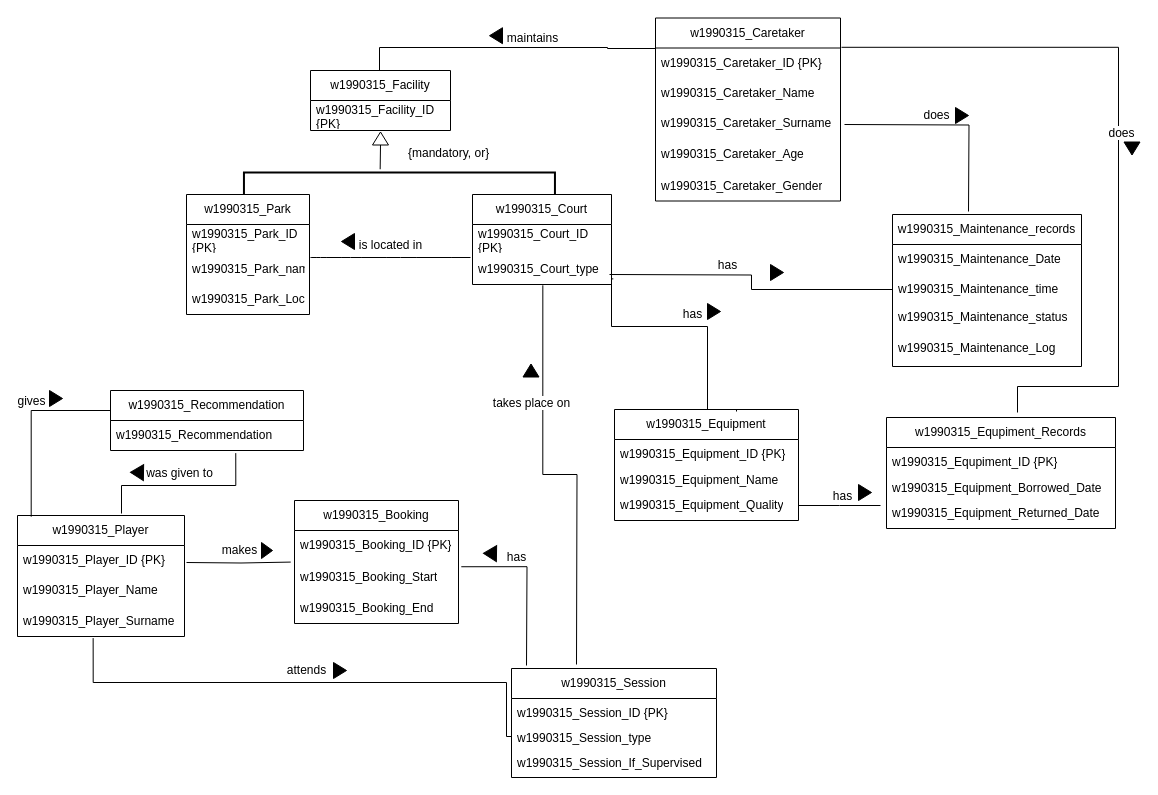
Above: DB_cwk.drawio in frajdzia/DB_cwk (draw.io), before the change. Source tidied: cells renumbered, new cells numbered last; positions are measured from the earlier drawing's top-left corner, leaving out a move shared by most shapes. Both pictures are drawn from the tidied source at 100%, with x=0, y=0 at pixel (17, 18).
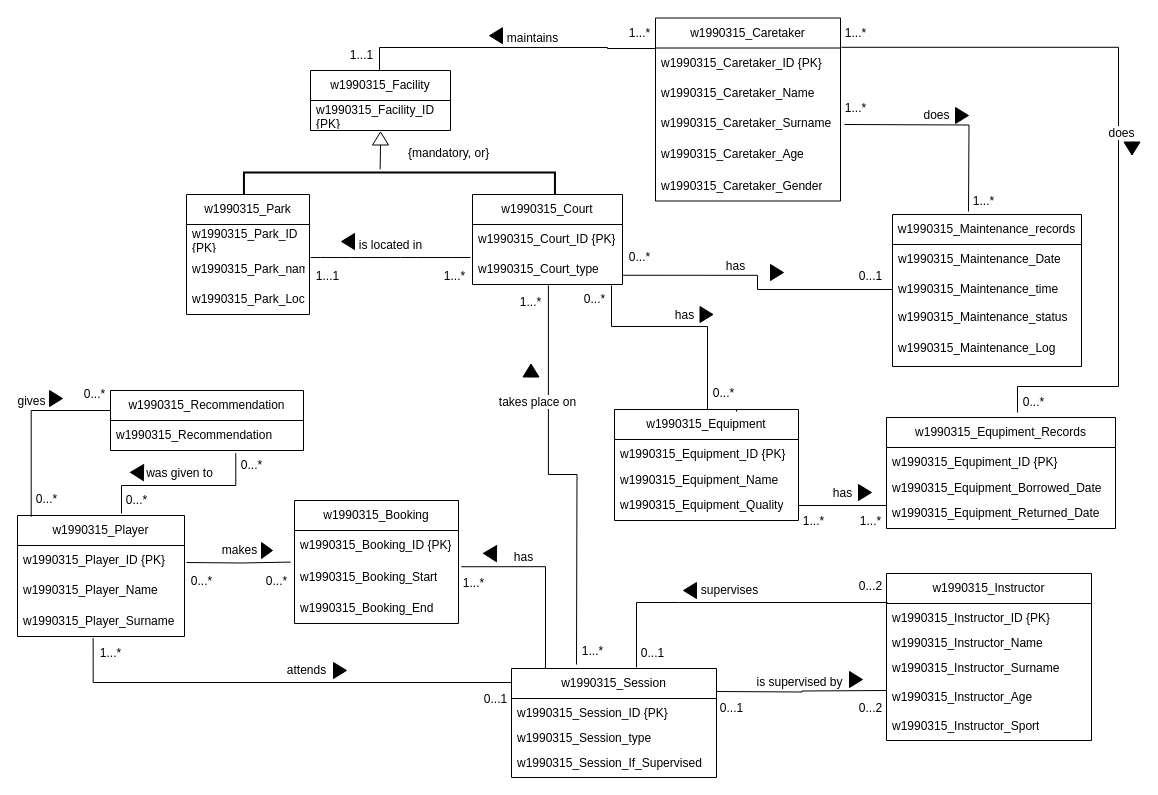
Above is the later version.

Unchanged cells that the change refers to:
```xml
<mxCell id="14" value="&lt;span style=&quot;text-align: center;&quot;&gt;w1990315_&lt;/span&gt;Equipment_Quality" style="text;strokeColor=none;fillColor=none;align=left;verticalAlign=middle;spacingLeft=4;spacingRight=4;overflow=hidden;points=[[0,0.5],[1,0.5]];portConstraint=eastwest;whiteSpace=wrap;html=1;" parent="11" vertex="1">
  <mxGeometry y="81" width="184" height="30" as="geometry" />
</mxCell>
<mxCell id="15" value="w1990315_Session" style="swimlane;fontStyle=0;horizontal=1;startSize=30;whiteSpace=wrap;html=1;" parent="1" vertex="1">
  <mxGeometry x="494" y="650" width="205" height="109" as="geometry" />
</mxCell>
<mxCell id="22" value="&lt;span style=&quot;text-align: center;&quot;&gt;w1990315_&lt;/span&gt;Player_Surname" style="text;strokeColor=none;fillColor=none;align=left;verticalAlign=middle;spacingLeft=4;spacingRight=4;overflow=hidden;points=[[0,0.5],[1,0.5]];portConstraint=eastwest;whiteSpace=wrap;html=1;" parent="19" vertex="1">
  <mxGeometry y="90" width="167" height="31" as="geometry" />
</mxCell>
<mxCell id="27" value="&lt;span style=&quot;text-align: center;&quot;&gt;w1990315_&lt;/span&gt;Booking_Start" style="text;strokeColor=none;fillColor=none;align=left;verticalAlign=middle;spacingLeft=4;spacingRight=4;overflow=hidden;points=[[0,0.5],[1,0.5]];portConstraint=eastwest;whiteSpace=wrap;html=1;" parent="25" vertex="1">
  <mxGeometry y="60" width="164" height="33" as="geometry" />
</mxCell>
<mxCell id="31" value="&lt;span style=&quot;text-align: center;&quot;&gt;w1990315_&lt;/span&gt;Maintenance_time" style="text;strokeColor=none;fillColor=none;align=left;verticalAlign=middle;spacingLeft=4;spacingRight=4;overflow=hidden;points=[[0,0.5],[1,0.5]];portConstraint=eastwest;whiteSpace=wrap;html=1;" parent="29" vertex="1">
  <mxGeometry y="60" width="189" height="30" as="geometry" />
</mxCell>
<mxCell id="58" value="&lt;span style=&quot;text-align: center;&quot;&gt;w1990315_Equipment_Returned_Date&lt;/span&gt;" style="text;strokeColor=none;fillColor=none;align=left;verticalAlign=middle;spacingLeft=4;spacingRight=4;overflow=hidden;points=[[0,0.5],[1,0.5]];portConstraint=eastwest;whiteSpace=wrap;html=1;" parent="55" vertex="1">
  <mxGeometry y="81" width="229" height="30" as="geometry" />
</mxCell>
```

The edit, as a diff of the source:
```diff
@@
     <mxCell id="8" value="w1990315_Court" style="swimlane;fontStyle=0;horizontal=1;startSize=30;whiteSpace=wrap;html=1;" parent="1" vertex="1">
-      <mxGeometry x="455" y="176" width="139" height="90" as="geometry" />
+      <mxGeometry x="455" y="176" width="150" height="90" as="geometry" />
     </mxCell>
     <mxCell id="9" value="&lt;span style=&quot;text-align: center;&quot;&gt;w1990315_&lt;/span&gt;Court_ID {PK}" style="text;strokeColor=none;fillColor=none;align=left;verticalAlign=middle;spacingLeft=4;spacingRight=4;overflow=hidden;whiteSpace=wrap;html=1;" parent="8" vertex="1">
-      <mxGeometry y="30" width="139" height="30" as="geometry" />
+      <mxGeometry y="30" width="150" height="30" as="geometry" />
     </mxCell>
     <mxCell id="10" value="&lt;span style=&quot;text-align: center;&quot;&gt;w1990315_&lt;/span&gt;Court_type" style="text;strokeColor=none;fillColor=none;align=left;verticalAlign=middle;spacingLeft=4;spacingRight=4;overflow=hidden;points=[[0,0.5],[1,0.5]];portConstraint=eastwest;whiteSpace=wrap;html=1;" parent="8" vertex="1">
-      <mxGeometry y="60" width="139" height="30" as="geometry" />
+      <mxGeometry y="60" width="150" height="30" as="geometry" />
     </mxCell>
@@
     <mxCell id="41" value="attends" style="endArrow=none;html=1;endSize=12;startArrow=none;startSize=14;startFill=0;edgeStyle=orthogonalEdgeStyle;align=center;verticalAlign=bottom;endFill=0;rounded=0;fontSize=12;exitX=0.453;exitY=1.052;exitDx=0;exitDy=0;exitPerimeter=0;" parent="1" edge="1" source="22">
       <mxGeometry y="3" relative="1" as="geometry">
         <mxPoint x="494" y="718" as="targetPoint" />
         <Array as="points">
-          <mxPoint x="75" y="664" />
-          <mxPoint x="489" y="664" />
+          <mxPoint x="76" y="664" />
+          <mxPoint x="494" y="664" />
         </Array>
       </mxGeometry>
     </mxCell>
@@
-    <mxCell id="46" value="has" style="endArrow=none;html=1;endSize=12;startArrow=none;startSize=14;startFill=0;edgeStyle=orthogonalEdgeStyle;align=center;verticalAlign=bottom;endFill=0;rounded=0;fontSize=12;exitX=1.013;exitY=0.813;exitDx=0;exitDy=0;exitPerimeter=0;" parent="1" edge="1" source="10">
-      <mxGeometry y="3" relative="1" as="geometry">
+    <mxCell id="46" value="has" style="endArrow=none;html=1;endSize=12;startArrow=none;startSize=14;startFill=0;edgeStyle=orthogonalEdgeStyle;align=center;verticalAlign=bottom;endFill=0;rounded=0;fontSize=12;" parent="1" edge="1">
+      <mxGeometry x="-0.09" y="2" relative="1" as="geometry">
+        <mxPoint x="594" y="267" as="sourcePoint" />
         <mxPoint x="719" y="393" as="targetPoint" />
         <Array as="points">
-          <mxPoint x="594" y="260" />
           <mxPoint x="594" y="308" />
           <mxPoint x="690" y="308" />
           <mxPoint x="690" y="391" />
           <mxPoint x="719" y="391" />
         </Array>
       </mxGeometry>
     </mxCell>
-    <mxCell id="47" value="has" style="endArrow=none;html=1;endSize=12;startArrow=none;startSize=14;startFill=0;edgeStyle=orthogonalEdgeStyle;align=center;verticalAlign=bottom;endFill=0;rounded=0;fontSize=12;exitX=1.005;exitY=0.12;exitDx=0;exitDy=0;exitPerimeter=0;entryX=0;entryY=0.5;entryDx=0;entryDy=0;" parent="1" edge="1" target="31">
-      <mxGeometry x="-0.21" relative="1" as="geometry">
-        <mxPoint x="592" y="256" as="sourcePoint" />
-      </mxGeometry>
+    <mxCell id="47" value="has" style="endArrow=none;html=1;endSize=12;startArrow=none;startSize=14;startFill=0;edgeStyle=orthogonalEdgeStyle;align=center;verticalAlign=bottom;endFill=0;rounded=0;fontSize=12;exitX=1.004;exitY=0.692;exitDx=0;exitDy=0;exitPerimeter=0;entryX=0;entryY=0.5;entryDx=0;entryDy=0;" parent="1" edge="1" source="10" target="31">
+      <mxGeometry x="-0.21" relative="1" as="geometry" />
     </mxCell>
@@
-    <mxCell id="51" value="has" style="endArrow=none;html=1;endSize=12;startArrow=none;startSize=14;startFill=0;edgeStyle=orthogonalEdgeStyle;align=center;verticalAlign=bottom;endFill=0;rounded=0;fontSize=12;exitX=1.017;exitY=0.189;exitDx=0;exitDy=0;exitPerimeter=0;" parent="1" edge="1" source="27">
+    <mxCell id="51" value="has" style="endArrow=none;html=1;endSize=12;startArrow=none;startSize=14;startFill=0;edgeStyle=orthogonalEdgeStyle;align=center;verticalAlign=bottom;endFill=0;rounded=0;fontSize=12;exitX=1.017;exitY=0.189;exitDx=0;exitDy=0;exitPerimeter=0;entryX=0.165;entryY=-0.002;entryDx=0;entryDy=0;entryPerimeter=0;" parent="1" edge="1" source="27" target="15">
       <mxGeometry x="-0.33" relative="1" as="geometry">
-        <mxPoint x="509" y="647" as="targetPoint" />
+        <Array as="points">
+          <mxPoint x="528" y="548" />
+          <mxPoint x="528" y="647" />
+        </Array>
       </mxGeometry>
     </mxCell>
@@
     <mxCell id="67" style="triangle;whiteSpace=wrap;html=1;fillColor=#000000;" parent="1" vertex="1">
-      <mxGeometry x="690" y="285" width="13" height="16" as="geometry" />
+      <mxGeometry x="682.5" y="288" width="13" height="16" as="geometry" />
     </mxCell>
-    <mxCell id="68" value="has" style="endArrow=none;html=1;endSize=12;startArrow=none;startSize=14;startFill=0;edgeStyle=orthogonalEdgeStyle;align=center;verticalAlign=bottom;endFill=0;rounded=0;fontSize=12;exitX=1;exitY=0.5;exitDx=0;exitDy=0;" parent="1" edge="1" source="14">
-      <mxGeometry y="3" relative="1" as="geometry">
-        <mxPoint x="863" y="487" as="targetPoint" />
-      </mxGeometry>
+    <mxCell id="68" value="has" style="endArrow=none;html=1;endSize=12;startArrow=none;startSize=14;startFill=0;edgeStyle=orthogonalEdgeStyle;align=center;verticalAlign=bottom;endFill=0;rounded=0;fontSize=12;exitX=1;exitY=0.5;exitDx=0;exitDy=0;entryX=0;entryY=0.233;entryDx=0;entryDy=0;entryPerimeter=0;" parent="1" edge="1" source="14" target="58">
+      <mxGeometry y="3" relative="1" as="geometry" />
     </mxCell>
@@
+    <mxCell id="75" value="w1990315_Instructor" style="swimlane;fontStyle=0;horizontal=1;startSize=30;whiteSpace=wrap;html=1;" parent="1" vertex="1">
+      <mxGeometry x="869" y="555" width="205" height="167" as="geometry" />
+    </mxCell>
+    <mxCell id="76" value="&lt;span style=&quot;text-align: center;&quot;&gt;w1990315_Instructor&lt;/span&gt;_ID {PK}" style="text;strokeColor=none;fillColor=none;align=left;verticalAlign=middle;spacingLeft=4;spacingRight=4;overflow=hidden;whiteSpace=wrap;html=1;" parent="75" vertex="1">
+      <mxGeometry y="30" width="205" height="30" as="geometry" />
+    </mxCell>
+    <mxCell id="77" value="&lt;span style=&quot;text-align: center;&quot;&gt;w1990315_Instructor_Name&lt;/span&gt;" style="text;strokeColor=none;fillColor=none;align=left;verticalAlign=middle;spacingLeft=4;spacingRight=4;overflow=hidden;whiteSpace=wrap;html=1;" parent="75" vertex="1">
+      <mxGeometry y="60" width="205" height="20" as="geometry" />
+    </mxCell>
+    <mxCell id="78" value="&lt;span style=&quot;text-align: center;&quot;&gt;w1990315_Instructor_Surname&lt;/span&gt;" style="text;strokeColor=none;fillColor=none;align=left;verticalAlign=middle;spacingLeft=4;spacingRight=4;overflow=hidden;whiteSpace=wrap;html=1;" parent="75" vertex="1">
+      <mxGeometry y="80" width="205" height="29" as="geometry" />
+    </mxCell>
+    <mxCell id="79" value="&lt;span style=&quot;text-align: center;&quot;&gt;w1990315_Instructor_Age&lt;/span&gt;" style="text;strokeColor=none;fillColor=none;align=left;verticalAlign=middle;spacingLeft=4;spacingRight=4;overflow=hidden;whiteSpace=wrap;html=1;" parent="75" vertex="1">
+      <mxGeometry y="109" width="205" height="29" as="geometry" />
+    </mxCell>
+    <mxCell id="80" value="&lt;span style=&quot;text-align: center;&quot;&gt;w1990315_Instructor_Sport&lt;/span&gt;" style="text;strokeColor=none;fillColor=none;align=left;verticalAlign=middle;spacingLeft=4;spacingRight=4;overflow=hidden;whiteSpace=wrap;html=1;" parent="75" vertex="1">
+      <mxGeometry y="138" width="205" height="29" as="geometry" />
+    </mxCell>
+    <mxCell id="81" value="is supervised by" style="endArrow=none;html=1;endSize=12;startArrow=none;startSize=14;startFill=0;edgeStyle=orthogonalEdgeStyle;align=center;verticalAlign=bottom;endFill=0;rounded=0;fontSize=12;exitX=1.005;exitY=0.12;exitDx=0;exitDy=0;exitPerimeter=0;" parent="1" edge="1">
+      <mxGeometry y="3" relative="1" as="geometry">
+        <mxPoint x="699" y="673" as="sourcePoint" />
+        <mxPoint x="869" y="672" as="targetPoint" />
+      </mxGeometry>
+    </mxCell>
+    <mxCell id="82" style="triangle;whiteSpace=wrap;html=1;fillColor=#000000;" parent="1" vertex="1">
+      <mxGeometry x="832" y="653" width="13" height="16" as="geometry" />
+    </mxCell>
+    <mxCell id="83" value="supervises" style="endArrow=none;html=1;endSize=12;startArrow=none;startSize=14;startFill=0;edgeStyle=orthogonalEdgeStyle;align=center;verticalAlign=bottom;endFill=0;rounded=0;fontSize=12;" parent="1" edge="1">
+      <mxGeometry y="3" relative="1" as="geometry">
+        <mxPoint x="619" y="649" as="sourcePoint" />
+        <mxPoint x="870" y="584" as="targetPoint" />
+        <Array as="points">
+          <mxPoint x="661" y="584" />
+          <mxPoint x="661" y="584" />
+        </Array>
+      </mxGeometry>
+    </mxCell>
+    <mxCell id="84" style="triangle;whiteSpace=wrap;html=1;fillColor=#000000;rotation=-180;" parent="1" vertex="1">
+      <mxGeometry x="666" y="564" width="13" height="16" as="geometry" />
+    </mxCell>
+    <mxCell id="85" value="1...1" style="text;html=1;align=center;verticalAlign=middle;whiteSpace=wrap;rounded=0;" parent="1" vertex="1">
+      <mxGeometry x="295" y="243" width="31" height="30" as="geometry" />
+    </mxCell>
+    <mxCell id="86" value="1...*" style="text;html=1;align=center;verticalAlign=middle;whiteSpace=wrap;rounded=0;" parent="1" vertex="1">
+      <mxGeometry x="421.5" y="243" width="31" height="30" as="geometry" />
+    </mxCell>
+    <mxCell id="87" value="1...*" style="text;html=1;align=center;verticalAlign=middle;whiteSpace=wrap;rounded=0;" parent="1" vertex="1">
+      <mxGeometry x="560" y="618" width="31" height="30" as="geometry" />
+    </mxCell>
+    <mxCell id="88" value="1...*" style="text;html=1;align=center;verticalAlign=middle;whiteSpace=wrap;rounded=0;" parent="1" vertex="1">
+      <mxGeometry x="498" y="269" width="31" height="30" as="geometry" />
+    </mxCell>
+    <mxCell id="89" value="1...*" style="text;html=1;align=center;verticalAlign=middle;whiteSpace=wrap;rounded=0;" parent="1" vertex="1">
+      <mxGeometry x="441" y="550" width="31" height="30" as="geometry" />
+    </mxCell>
+    <mxCell id="90" value="1...*" style="text;html=1;align=center;verticalAlign=middle;whiteSpace=wrap;rounded=0;" parent="1" vertex="1">
+      <mxGeometry x="78" y="620" width="31" height="30" as="geometry" />
+    </mxCell>
+    <mxCell id="91" value="0...1" style="text;html=1;align=center;verticalAlign=middle;whiteSpace=wrap;rounded=0;" parent="1" vertex="1">
+      <mxGeometry x="463" y="666" width="31" height="30" as="geometry" />
+    </mxCell>
+    <mxCell id="92" value="0...*" style="text;html=1;align=center;verticalAlign=middle;whiteSpace=wrap;rounded=0;" parent="1" vertex="1">
+      <mxGeometry x="169" y="548" width="31" height="30" as="geometry" />
+    </mxCell>
+    <mxCell id="93" value="0...*" style="text;html=1;align=center;verticalAlign=middle;whiteSpace=wrap;rounded=0;" parent="1" vertex="1">
+      <mxGeometry x="244" y="548" width="31" height="30" as="geometry" />
+    </mxCell>
+    <mxCell id="94" value="0...*" style="text;html=1;align=center;verticalAlign=middle;whiteSpace=wrap;rounded=0;" parent="1" vertex="1">
+      <mxGeometry x="104" y="467" width="31" height="30" as="geometry" />
+    </mxCell>
+    <mxCell id="95" value="0...*" style="text;html=1;align=center;verticalAlign=middle;whiteSpace=wrap;rounded=0;" parent="1" vertex="1">
+      <mxGeometry x="219" y="431.5" width="31" height="30" as="geometry" />
+    </mxCell>
+    <mxCell id="96" value="0...*" style="text;html=1;align=center;verticalAlign=middle;whiteSpace=wrap;rounded=0;" parent="1" vertex="1">
+      <mxGeometry x="62" y="361" width="31" height="30" as="geometry" />
+    </mxCell>
+    <mxCell id="97" value="0...*" style="text;html=1;align=center;verticalAlign=middle;whiteSpace=wrap;rounded=0;" parent="1" vertex="1">
+      <mxGeometry x="14" y="466" width="31" height="30" as="geometry" />
+    </mxCell>
+    <mxCell id="98" value="1...1" style="text;html=1;align=center;verticalAlign=middle;whiteSpace=wrap;rounded=0;" parent="1" vertex="1">
+      <mxGeometry x="329" y="22" width="31" height="30" as="geometry" />
+    </mxCell>
+    <mxCell id="99" value="1...*" style="text;html=1;align=center;verticalAlign=middle;whiteSpace=wrap;rounded=0;" parent="1" vertex="1">
+      <mxGeometry x="607" y="-0.5" width="31" height="30" as="geometry" />
+    </mxCell>
+    <mxCell id="100" value="0...*" style="text;html=1;align=center;verticalAlign=middle;whiteSpace=wrap;rounded=0;" parent="1" vertex="1">
+      <mxGeometry x="691" y="360" width="31" height="30" as="geometry" />
+    </mxCell>
+    <mxCell id="101" value="0...*" style="text;html=1;align=center;verticalAlign=middle;whiteSpace=wrap;rounded=0;" parent="1" vertex="1">
+      <mxGeometry x="562" y="266" width="31" height="30" as="geometry" />
+    </mxCell>
+    <mxCell id="102" value="0...*" style="text;html=1;align=center;verticalAlign=middle;whiteSpace=wrap;rounded=0;" parent="1" vertex="1">
+      <mxGeometry x="607" y="224" width="31" height="30" as="geometry" />
+    </mxCell>
+    <mxCell id="103" value="0...1" style="text;html=1;align=center;verticalAlign=middle;whiteSpace=wrap;rounded=0;" parent="1" vertex="1">
+      <mxGeometry x="838" y="243" width="31" height="30" as="geometry" />
+    </mxCell>
+    <mxCell id="104" value="0...1" style="text;html=1;align=center;verticalAlign=middle;whiteSpace=wrap;rounded=0;" parent="1" vertex="1">
+      <mxGeometry x="699" y="675" width="31" height="30" as="geometry" />
+    </mxCell>
+    <mxCell id="105" value="0...2" style="text;html=1;align=center;verticalAlign=middle;whiteSpace=wrap;rounded=0;" parent="1" vertex="1">
+      <mxGeometry x="838" y="675" width="31" height="30" as="geometry" />
+    </mxCell>
+    <mxCell id="106" value="0...1" style="text;html=1;align=center;verticalAlign=middle;whiteSpace=wrap;rounded=0;" parent="1" vertex="1">
+      <mxGeometry x="620" y="620" width="31" height="30" as="geometry" />
+    </mxCell>
+    <mxCell id="107" value="0...2" style="text;html=1;align=center;verticalAlign=middle;whiteSpace=wrap;rounded=0;" parent="1" vertex="1">
+      <mxGeometry x="838" y="553" width="31" height="30" as="geometry" />
+    </mxCell>
+    <mxCell id="108" value="0...*" style="text;html=1;align=center;verticalAlign=middle;whiteSpace=wrap;rounded=0;" parent="1" vertex="1">
+      <mxGeometry x="1001" y="369" width="31" height="30" as="geometry" />
+    </mxCell>
+    <mxCell id="109" value="1...*" style="text;html=1;align=center;verticalAlign=middle;whiteSpace=wrap;rounded=0;" parent="1" vertex="1">
+      <mxGeometry x="823" y="-0.5" width="31" height="30" as="geometry" />
+    </mxCell>
+    <mxCell id="110" value="1...*" style="text;html=1;align=center;verticalAlign=middle;whiteSpace=wrap;rounded=0;" parent="1" vertex="1">
+      <mxGeometry x="823" y="75" width="31" height="30" as="geometry" />
+    </mxCell>
+    <mxCell id="111" value="1...*" style="text;html=1;align=center;verticalAlign=middle;whiteSpace=wrap;rounded=0;" parent="1" vertex="1">
+      <mxGeometry x="951" y="168" width="31" height="30" as="geometry" />
+    </mxCell>
+    <mxCell id="112" value="1...*" style="text;html=1;align=center;verticalAlign=middle;whiteSpace=wrap;rounded=0;" parent="1" vertex="1">
+      <mxGeometry x="781" y="488" width="31" height="30" as="geometry" />
+    </mxCell>
+    <mxCell id="113" value="1...*" style="text;html=1;align=center;verticalAlign=middle;whiteSpace=wrap;rounded=0;" parent="1" vertex="1">
+      <mxGeometry x="838" y="488" width="31" height="30" as="geometry" />
+    </mxCell>
```
